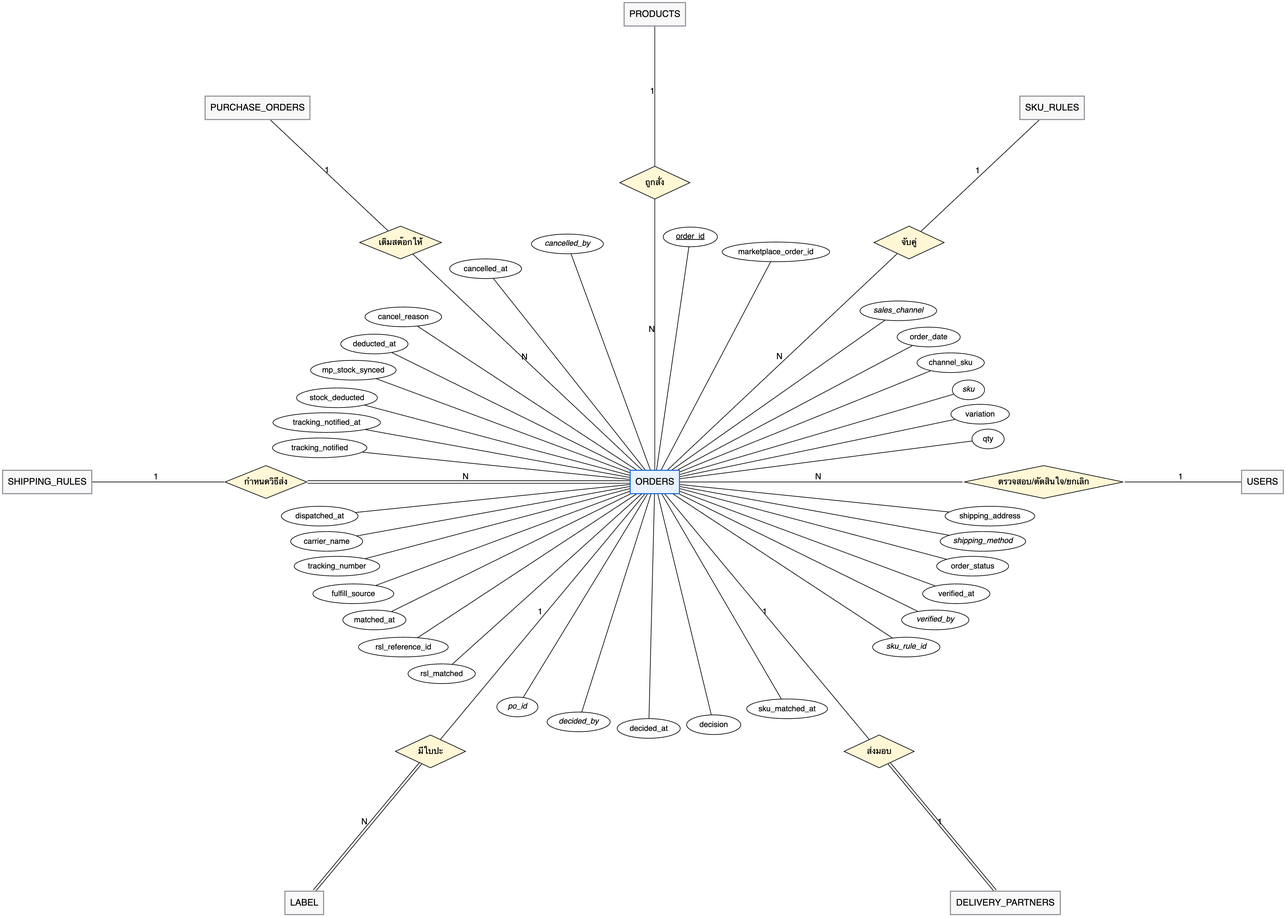
xbpkdi/321-sa-proj keeps this Graphviz diagram as 04-chapter2-diagrams-database/diagrams/png/er-1.png. Above is the earlier version. Its source is kept beside it as 04-chapter2-diagrams-database/diagrams/src/er-1.dot.
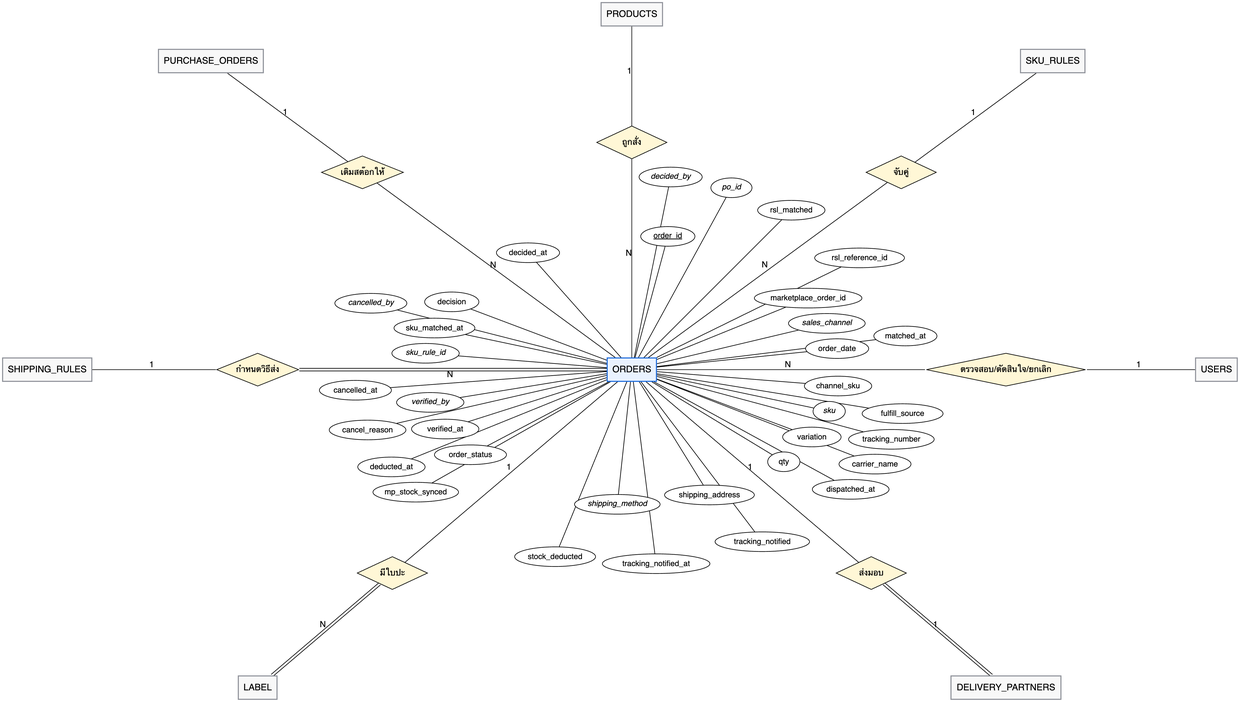
Above is the later version.

What changed in the source:
```diff
@@ -1,101 +1,101 @@
 graph ER {
   layout=neato; overlap=true; splines=line; outputorder=edgesfirst;
   node [fontname="Helvetica", fontsize=14]; edge [fontname="Helvetica", fontsize=13];
-  "rel0" [pos="0.00,6.40!", shape=diamond, style=filled, fillcolor="#fff7d6", label="ถูกสั่ง", fontsize=13, fixedsize=true, width=1.50, height=0.7];
+  "rel0" [pos="0.00,4.86!", shape=diamond, style=filled, fillcolor="#fff7d6", label="ถูกสั่ง", fontsize=13, fixedsize=true, width=1.50, height=0.7];
   "products" -- "rel0" [label="1"];
   "rel0" -- "orders" [label="N"];
-  "rel1" [pos="5.44,5.12!", shape=diamond, style=filled, fillcolor="#fff7d6", label="จับคู่", fontsize=13, fixedsize=true, width=1.50, height=0.7];
+  "rel1" [pos="5.76,4.22!", shape=diamond, style=filled, fillcolor="#fff7d6", label="จับคู่", fontsize=13, fixedsize=true, width=1.50, height=0.7];
   "sku_rules" -- "rel1" [label="1"];
   "rel1" -- "orders" [label="N"];
-  "rel2" [pos="-5.44,5.12!", shape=diamond, style=filled, fillcolor="#fff7d6", label="เติมสต๊อกให้", fontsize=13, fixedsize=true, width=1.75, height=0.7];
+  "rel2" [pos="-5.76,4.22!", shape=diamond, style=filled, fillcolor="#fff7d6", label="เติมสต๊อกให้", fontsize=13, fixedsize=true, width=1.75, height=0.7];
   "purchase_orders" -- "rel2" [label="1"];
   "rel2" -- "orders" [label="N"];
-  "rel3" [pos="-8.32,0.00!", shape=diamond, style=filled, fillcolor="#fff7d6", label="กำหนดวิธีส่ง", fontsize=13, fixedsize=true, width=1.75, height=0.7];
+  "rel3" [pos="-8.00,0.00!", shape=diamond, style=filled, fillcolor="#fff7d6", label="กำหนดวิธีส่ง", fontsize=13, fixedsize=true, width=1.75, height=0.7];
   "shipping_rules" -- "rel3" [label="1"];
   "rel3" -- "orders" [label="N", color="black:invis:black"];
-  "rel4" [pos="8.32,0.00!", shape=diamond, style=filled, fillcolor="#fff7d6", label="ตรวจสอบ/ตัดสินใจ/ยกเลิก", fontsize=13, fixedsize=true, width=3.40, height=0.7];
+  "rel4" [pos="8.00,0.00!", shape=diamond, style=filled, fillcolor="#fff7d6", label="ตรวจสอบ/ตัดสินใจ/ยกเลิก", fontsize=13, fixedsize=true, width=3.40, height=0.7];
   "users" -- "rel4" [label="1"];
   "rel4" -- "orders" [label="N"];
-  "rel5" [pos="-4.80,-5.76!", shape=diamond, style=filled, fillcolor="#fff7d6", label="มีใบปะ", fontsize=13, fixedsize=true, width=1.50, height=0.7];
+  "rel5" [pos="-5.12,-4.35!", shape=diamond, style=filled, fillcolor="#fff7d6", label="มีใบปะ", fontsize=13, fixedsize=true, width=1.50, height=0.7];
   "orders" -- "rel5" [label="1"];
   "rel5" -- "label" [label="N", color="black:invis:black"];
-  "rel6" [pos="4.80,-5.76!", shape=diamond, style=filled, fillcolor="#fff7d6", label="ส่งมอบ", fontsize=13, fixedsize=true, width=1.50, height=0.7];
+  "rel6" [pos="5.12,-4.35!", shape=diamond, style=filled, fillcolor="#fff7d6", label="ส่งมอบ", fontsize=13, fixedsize=true, width=1.50, height=0.7];
   "orders" -- "rel6" [label="1"];
   "rel6" -- "delivery_partners" [label="1", color="black:invis:black"];
-  "users" [pos="13.00,0.00!", shape=box, style="filled", fillcolor="#f8f8f8", color="#8c8f97", penwidth=1.6, label="USERS"];
-  "products" [pos="0.00,10.00!", shape=box, style="filled", fillcolor="#f8f8f8", color="#8c8f97", penwidth=1.6, label="PRODUCTS"];
-  "sku_rules" [pos="8.50,8.00!", shape=box, style="filled", fillcolor="#f8f8f8", color="#8c8f97", penwidth=1.6, label="SKU_RULES"];
-  "purchase_orders" [pos="-8.50,8.00!", shape=box, style="filled", fillcolor="#f8f8f8", color="#8c8f97", penwidth=1.6, label="PURCHASE_ORDERS"];
-  "shipping_rules" [pos="-13.00,0.00!", shape=box, style="filled", fillcolor="#f8f8f8", color="#8c8f97", penwidth=1.6, label="SHIPPING_RULES"];
+  "users" [pos="12.50,0.00!", shape=box, style="filled", fillcolor="#f8f8f8", color="#8c8f97", penwidth=1.6, label="USERS"];
+  "products" [pos="0.00,7.60!", shape=box, style="filled", fillcolor="#f8f8f8", color="#8c8f97", penwidth=1.6, label="PRODUCTS"];
+  "sku_rules" [pos="9.00,6.60!", shape=box, style="filled", fillcolor="#f8f8f8", color="#8c8f97", penwidth=1.6, label="SKU_RULES"];
+  "purchase_orders" [pos="-9.00,6.60!", shape=box, style="filled", fillcolor="#f8f8f8", color="#8c8f97", penwidth=1.6, label="PURCHASE_ORDERS"];
+  "shipping_rules" [pos="-12.50,0.00!", shape=box, style="filled", fillcolor="#f8f8f8", color="#8c8f97", penwidth=1.6, label="SHIPPING_RULES"];
   "orders" [pos="0.00,0.00!", shape=box, style="filled", fillcolor="#e9f2fe", color="#1868db", penwidth=1.6, label="ORDERS"];
-  "orders.order_id" [pos="0.76,5.24!", shape=ellipse, style=filled, fillcolor=white, label=<<u>order_id</u>>, fontsize=12, fixedsize=true, width=1.16, height=0.42];
+  "orders.order_id" [pos="0.77,2.85!", shape=ellipse, style=filled, fillcolor=white, label=<<u>order_id</u>>, fontsize=12, fixedsize=true, width=1.16, height=0.42];
   "orders" -- "orders.order_id";
-  "orders.marketplace_order_id" [pos="2.59,4.92!", shape=ellipse, style=filled, fillcolor=white, label="marketplace_order_id", fontsize=12, fixedsize=true, width=2.30, height=0.42];
+  "orders.marketplace_order_id" [pos="3.77,1.53!", shape=ellipse, style=filled, fillcolor=white, label="marketplace_order_id", fontsize=12, fixedsize=true, width=2.30, height=0.42];
   "orders" -- "orders.marketplace_order_id";
-  "orders.sales_channel" [pos="5.21,3.66!", shape=ellipse, style=filled, fillcolor=white, label=<<i>sales_channel</i>>, fontsize=12, fixedsize=true, width=1.64, height=0.42];
+  "orders.sales_channel" [pos="4.17,0.99!", shape=ellipse, style=filled, fillcolor=white, label=<<i>sales_channel</i>>, fontsize=12, fixedsize=true, width=1.64, height=0.42];
   "orders" -- "orders.sales_channel";
-  "orders.order_date" [pos="5.86,3.10!", shape=ellipse, style=filled, fillcolor=white, label="order_date", fontsize=12, fixedsize=true, width=1.35, height=0.42];
+  "orders.order_date" [pos="4.39,0.45!", shape=ellipse, style=filled, fillcolor=white, label="order_date", fontsize=12, fixedsize=true, width=1.35, height=0.42];
   "orders" -- "orders.order_date";
-  "orders.channel_sku" [pos="6.33,2.55!", shape=ellipse, style=filled, fillcolor=white, label="channel_sku", fontsize=12, fixedsize=true, width=1.44, height=0.42];
+  "orders.channel_sku" [pos="4.41,-0.35!", shape=ellipse, style=filled, fillcolor=white, label="channel_sku", fontsize=12, fixedsize=true, width=1.44, height=0.42];
   "orders" -- "orders.channel_sku";
-  "orders.sku" [pos="6.71,1.97!", shape=ellipse, style=filled, fillcolor=white, label=<<i>sku</i>>, fontsize=12, fixedsize=true, width=0.69, height=0.42];
+  "orders.sku" [pos="4.22,-0.89!", shape=ellipse, style=filled, fillcolor=white, label=<<i>sku</i>>, fontsize=12, fixedsize=true, width=0.69, height=0.42];
   "orders" -- "orders.sku";
-  "orders.variation" [pos="6.96,1.45!", shape=ellipse, style=filled, fillcolor=white, label="variation", fontsize=12, fixedsize=true, width=1.25, height=0.42];
+  "orders.variation" [pos="3.85,-1.44!", shape=ellipse, style=filled, fillcolor=white, label="variation", fontsize=12, fixedsize=true, width=1.25, height=0.42];
   "orders" -- "orders.variation";
-  "orders.qty" [pos="7.13,0.92!", shape=ellipse, style=filled, fillcolor=white, label="qty", fontsize=12, fixedsize=true, width=0.69, height=0.42];
+  "orders.qty" [pos="3.25,-1.97!", shape=ellipse, style=filled, fillcolor=white, label="qty", fontsize=12, fixedsize=true, width=0.69, height=0.42];
   "orders" -- "orders.qty";
-  "orders.shipping_address" [pos="7.17,-0.73!", shape=ellipse, style=filled, fillcolor=white, label="shipping_address", fontsize=12, fixedsize=true, width=1.92, height=0.42];
+  "orders.shipping_address" [pos="1.66,-2.68!", shape=ellipse, style=filled, fillcolor=white, label="shipping_address", fontsize=12, fixedsize=true, width=1.92, height=0.42];
   "orders" -- "orders.shipping_address";
-  "orders.shipping_method" [pos="7.02,-1.27!", shape=ellipse, style=filled, fillcolor=white, label=<<i>shipping_method</i>>, fontsize=12, fixedsize=true, width=1.83, height=0.42];
+  "orders.shipping_method" [pos="-0.31,-2.88!", shape=ellipse, style=filled, fillcolor=white, label=<<i>shipping_method</i>>, fontsize=12, fixedsize=true, width=1.83, height=0.42];
   "orders" -- "orders.shipping_method";
-  "orders.order_status" [pos="6.80,-1.80!", shape=ellipse, style=filled, fillcolor=white, label="order_status", fontsize=12, fixedsize=true, width=1.54, height=0.42];
+  "orders.order_status" [pos="-3.45,-1.82!", shape=ellipse, style=filled, fillcolor=white, label="order_status", fontsize=12, fixedsize=true, width=1.54, height=0.42];
   "orders" -- "orders.order_status";
-  "orders.verified_at" [pos="6.45,-2.39!", shape=ellipse, style=filled, fillcolor=white, label="verified_at", fontsize=12, fixedsize=true, width=1.44, height=0.42];
+  "orders.verified_at" [pos="-3.99,-1.27!", shape=ellipse, style=filled, fillcolor=white, label="verified_at", fontsize=12, fixedsize=true, width=1.44, height=0.42];
   "orders" -- "orders.verified_at";
-  "orders.verified_by" [pos="6.00,-2.95!", shape=ellipse, style=filled, fillcolor=white, label=<<i>verified_by</i>>, fontsize=12, fixedsize=true, width=1.44, height=0.42];
+  "orders.verified_by" [pos="-4.31,-0.70!", shape=ellipse, style=filled, fillcolor=white, label=<<i>verified_by</i>>, fontsize=12, fixedsize=true, width=1.44, height=0.42];
   "orders" -- "orders.verified_by";
-  "orders.sku_rule_id" [pos="5.38,-3.53!", shape=ellipse, style=filled, fillcolor=white, label=<<i>sku_rule_id</i>>, fontsize=12, fixedsize=true, width=1.44, height=0.42];
+  "orders.sku_rule_id" [pos="-4.41,0.35!", shape=ellipse, style=filled, fillcolor=white, label=<<i>sku_rule_id</i>>, fontsize=12, fixedsize=true, width=1.44, height=0.42];
   "orders" -- "orders.sku_rule_id";
-  "orders.sku_matched_at" [pos="2.83,-4.85!", shape=ellipse, style=filled, fillcolor=white, label="sku_matched_at", fontsize=12, fixedsize=true, width=1.73, height=0.42];
+  "orders.sku_matched_at" [pos="-4.22,0.89!", shape=ellipse, style=filled, fillcolor=white, label="sku_matched_at", fontsize=12, fixedsize=true, width=1.73, height=0.42];
   "orders" -- "orders.sku_matched_at";
-  "orders.decision" [pos="1.26,-5.19!", shape=ellipse, style=filled, fillcolor=white, label="decision", fontsize=12, fixedsize=true, width=1.16, height=0.42];
+  "orders.decision" [pos="-3.85,1.45!", shape=ellipse, style=filled, fillcolor=white, label="decision", fontsize=12, fixedsize=true, width=1.16, height=0.42];
   "orders" -- "orders.decision";
-  "orders.decided_at" [pos="-0.13,-5.27!", shape=ellipse, style=filled, fillcolor=white, label="decided_at", fontsize=12, fixedsize=true, width=1.35, height=0.42];
+  "orders.decided_at" [pos="-2.22,2.50!", shape=ellipse, style=filled, fillcolor=white, label="decided_at", fontsize=12, fixedsize=true, width=1.35, height=0.42];
   "orders" -- "orders.decided_at";
-  "orders.decided_by" [pos="-1.63,-5.13!", shape=ellipse, style=filled, fillcolor=white, label=<<i>decided_by</i>>, fontsize=12, fixedsize=true, width=1.35, height=0.42];
+  "orders.decided_by" [pos="0.83,4.12!", shape=ellipse, style=filled, fillcolor=white, label=<<i>decided_by</i>>, fontsize=12, fixedsize=true, width=1.35, height=0.42];
   "orders" -- "orders.decided_by";
-  "orders.po_id" [pos="-2.94,-4.81!", shape=ellipse, style=filled, fillcolor=white, label=<<i>po_id</i>>, fontsize=12, fixedsize=true, width=0.88, height=0.42];
+  "orders.po_id" [pos="2.13,3.89!", shape=ellipse, style=filled, fillcolor=white, label=<<i>po_id</i>>, fontsize=12, fixedsize=true, width=0.88, height=0.42];
   "orders" -- "orders.po_id";
-  "orders.rsl_matched" [pos="-4.56,-4.10!", shape=ellipse, style=filled, fillcolor=white, label="rsl_matched", fontsize=12, fixedsize=true, width=1.44, height=0.42];
+  "orders.rsl_matched" [pos="3.41,3.41!", shape=ellipse, style=filled, fillcolor=white, label="rsl_matched", fontsize=12, fixedsize=true, width=1.44, height=0.42];
   "orders" -- "orders.rsl_matched";
-  "orders.rsl_reference_id" [pos="-5.38,-3.53!", shape=ellipse, style=filled, fillcolor=white, label="rsl_reference_id", fontsize=12, fixedsize=true, width=1.92, height=0.42];
+  "orders.rsl_reference_id" [pos="4.87,2.39!", shape=ellipse, style=filled, fillcolor=white, label="rsl_reference_id", fontsize=12, fixedsize=true, width=1.92, height=0.42];
   "orders" -- "orders.rsl_reference_id";
-  "orders.matched_at" [pos="-6.00,-2.95!", shape=ellipse, style=filled, fillcolor=white, label="matched_at", fontsize=12, fixedsize=true, width=1.35, height=0.42];
+  "orders.matched_at" [pos="5.85,0.72!", shape=ellipse, style=filled, fillcolor=white, label="matched_at", fontsize=12, fixedsize=true, width=1.35, height=0.42];
   "orders" -- "orders.matched_at";
-  "orders.fulfill_source" [pos="-6.45,-2.39!", shape=ellipse, style=filled, fillcolor=white, label="fulfill_source", fontsize=12, fixedsize=true, width=1.73, height=0.42];
+  "orders.fulfill_source" [pos="5.79,-0.94!", shape=ellipse, style=filled, fillcolor=white, label="fulfill_source", fontsize=12, fixedsize=true, width=1.73, height=0.42];
   "orders" -- "orders.fulfill_source";
-  "orders.tracking_number" [pos="-6.80,-1.80!", shape=ellipse, style=filled, fillcolor=white, label="tracking_number", fontsize=12, fixedsize=true, width=1.83, height=0.42];
+  "orders.tracking_number" [pos="5.55,-1.49!", shape=ellipse, style=filled, fillcolor=white, label="tracking_number", fontsize=12, fixedsize=true, width=1.83, height=0.42];
   "orders" -- "orders.tracking_number";
-  "orders.carrier_name" [pos="-7.02,-1.27!", shape=ellipse, style=filled, fillcolor=white, label="carrier_name", fontsize=12, fixedsize=true, width=1.54, height=0.42];
+  "orders.carrier_name" [pos="5.20,-2.02!", shape=ellipse, style=filled, fillcolor=white, label="carrier_name", fontsize=12, fixedsize=true, width=1.54, height=0.42];
   "orders" -- "orders.carrier_name";
-  "orders.dispatched_at" [pos="-7.17,-0.73!", shape=ellipse, style=filled, fillcolor=white, label="dispatched_at", fontsize=12, fixedsize=true, width=1.64, height=0.42];
+  "orders.dispatched_at" [pos="4.68,-2.56!", shape=ellipse, style=filled, fillcolor=white, label="dispatched_at", fontsize=12, fixedsize=true, width=1.64, height=0.42];
   "orders" -- "orders.dispatched_at";
-  "orders.tracking_notified" [pos="-7.17,0.73!", shape=ellipse, style=filled, fillcolor=white, label="tracking_notified", fontsize=12, fixedsize=true, width=2.02, height=0.42];
+  "orders.tracking_notified" [pos="2.79,-3.68!", shape=ellipse, style=filled, fillcolor=white, label="tracking_notified", fontsize=12, fixedsize=true, width=2.02, height=0.42];
   "orders" -- "orders.tracking_notified";
-  "orders.tracking_notified_at" [pos="-7.02,1.27!", shape=ellipse, style=filled, fillcolor=white, label="tracking_notified_at", fontsize=12, fixedsize=true, width=2.30, height=0.42];
+  "orders.tracking_notified_at" [pos="0.52,-4.15!", shape=ellipse, style=filled, fillcolor=white, label="tracking_notified_at", fontsize=12, fixedsize=true, width=2.30, height=0.42];
   "orders" -- "orders.tracking_notified_at";
-  "orders.stock_deducted" [pos="-6.80,1.80!", shape=ellipse, style=filled, fillcolor=white, label="stock_deducted", fontsize=12, fixedsize=true, width=1.73, height=0.42];
+  "orders.stock_deducted" [pos="-1.64,-4.00!", shape=ellipse, style=filled, fillcolor=white, label="stock_deducted", fontsize=12, fixedsize=true, width=1.73, height=0.42];
   "orders" -- "orders.stock_deducted";
-  "orders.mp_stock_synced" [pos="-6.45,2.39!", shape=ellipse, style=filled, fillcolor=white, label="mp_stock_synced", fontsize=12, fixedsize=true, width=1.83, height=0.42];
+  "orders.mp_stock_synced" [pos="-4.62,-2.62!", shape=ellipse, style=filled, fillcolor=white, label="mp_stock_synced", fontsize=12, fixedsize=true, width=1.83, height=0.42];
   "orders" -- "orders.mp_stock_synced";
-  "orders.deducted_at" [pos="-6.00,2.95!", shape=ellipse, style=filled, fillcolor=white, label="deducted_at", fontsize=12, fixedsize=true, width=1.44, height=0.42];
+  "orders.deducted_at" [pos="-5.14,-2.08!", shape=ellipse, style=filled, fillcolor=white, label="deducted_at", fontsize=12, fixedsize=true, width=1.44, height=0.42];
   "orders" -- "orders.deducted_at";
-  "orders.cancel_reason" [pos="-5.38,3.53!", shape=ellipse, style=filled, fillcolor=white, label="cancel_reason", fontsize=12, fixedsize=true, width=1.64, height=0.42];
+  "orders.cancel_reason" [pos="-5.65,-1.29!", shape=ellipse, style=filled, fillcolor=white, label="cancel_reason", fontsize=12, fixedsize=true, width=1.64, height=0.42];
   "orders" -- "orders.cancel_reason";
-  "orders.cancelled_at" [pos="-3.62,4.56!", shape=ellipse, style=filled, fillcolor=white, label="cancelled_at", fontsize=12, fixedsize=true, width=1.54, height=0.42];
+  "orders.cancelled_at" [pos="-5.91,-0.44!", shape=ellipse, style=filled, fillcolor=white, label="cancelled_at", fontsize=12, fixedsize=true, width=1.54, height=0.42];
   "orders" -- "orders.cancelled_at";
-  "orders.cancelled_by" [pos="-1.87,5.09!", shape=ellipse, style=filled, fillcolor=white, label=<<i>cancelled_by</i>>, fontsize=12, fixedsize=true, width=1.54, height=0.42];
+  "orders.cancelled_by" [pos="-5.58,1.42!", shape=ellipse, style=filled, fillcolor=white, label=<<i>cancelled_by</i>>, fontsize=12, fixedsize=true, width=1.54, height=0.42];
   "orders" -- "orders.cancelled_by";
-  "label" [pos="-7.50,-9.00!", shape=box, style="filled", fillcolor="#f8f8f8", color="#8c8f97", penwidth=1.6, label="LABEL"];
-  "delivery_partners" [pos="7.50,-9.00!", shape=box, style="filled", fillcolor="#f8f8f8", color="#8c8f97", penwidth=1.6, label="DELIVERY_PARTNERS"];
+  "label" [pos="-8.00,-6.80!", shape=box, style="filled", fillcolor="#f8f8f8", color="#8c8f97", penwidth=1.6, label="LABEL"];
+  "delivery_partners" [pos="8.00,-6.80!", shape=box, style="filled", fillcolor="#f8f8f8", color="#8c8f97", penwidth=1.6, label="DELIVERY_PARTNERS"];
 }
```
